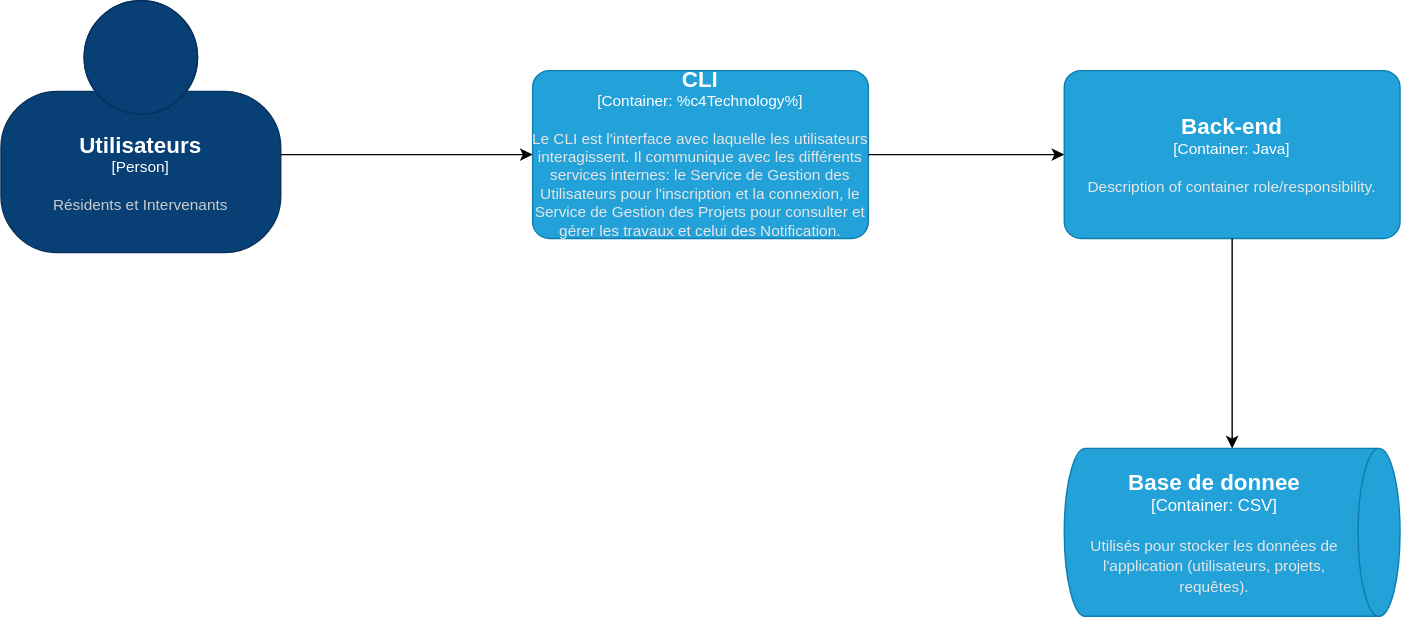
This is diagrammes/c4model_N2.drawio.svg from maximbarbe/IFT-2255-Devoir-1, a draw.io export, as it was before one commit. Source tidied: cells renumbered, new cells last; positions are measured from the earlier drawing's top-left corner, leaving out a move shared by most shapes. The source it was exported from:
```xml
<mxGraphModel>
  <root>
    <mxCell id="0" />
    <mxCell id="1" parent="0" />
    <object id="2" label="&lt;font style=&quot;font-size: 16px&quot;&gt;&lt;b&gt;%c4Name%&lt;/b&gt;&lt;/font&gt;&lt;div&gt;[%c4Type%]&lt;/div&gt;&lt;br&gt;&lt;div&gt;&lt;font style=&quot;font-size: 11px&quot;&gt;&lt;font color=&quot;#cccccc&quot;&gt;%c4Description%&lt;/font&gt;&lt;/div&gt;" c4Description="Résidents et Intervenants" c4Name="Utilisateurs" c4Type="Person" placeholders="1">
      <mxCell style="html=1;fontSize=11;dashed=0;whiteSpace=wrap;fillColor=#083F75;strokeColor=#06315C;fontColor=#ffffff;shape=mxgraph.c4.person2;align=center;points=[[0.5,0,0],[1,0.5,0],[1,0.75,0],[0.75,1,0],[0.5,1,0],[0.25,1,0],[0,0.75,0],[0,0.5,0]];" parent="1" vertex="1">
        <mxGeometry width="200" height="180" as="geometry" />
      </mxCell>
    </object>
    <object id="3" label="&lt;font style=&quot;font-size: 16px&quot;&gt;&lt;b&gt;%c4Name%&lt;/b&gt;&lt;/font&gt;&lt;div&gt;[%c4Type%: %c4Technology%]&lt;/div&gt;&lt;br&gt;&lt;div&gt;&lt;font style=&quot;font-size: 11px&quot;&gt;&lt;font color=&quot;#E6E6E6&quot;&gt;%c4Description%&lt;/font&gt;&lt;/div&gt;" c4Description="Le CLI est l'interface avec laquelle les utilisateurs interagissent. Il communique avec les différents services internes: le Service de Gestion des Utilisateurs pour l'inscription et la connexion, le Service de Gestion des Projets pour consulter et gérer les travaux et celui des Notification." c4Name="CLI" c4Type="Container" placeholders="1">
      <mxCell style="rounded=1;whiteSpace=wrap;html=1;fontSize=11;labelBackgroundColor=none;fillColor=#23A2D9;fontColor=#ffffff;align=center;arcSize=10;strokeColor=#0E7DAD;points=[[0.25,0,0],[0.5,0,0],[0.75,0,0],[1,0.25,0],[1,0.5,0],[1,0.75,0],[0.75,1,0],[0.5,1,0],[0.25,1,0],[0,0.75,0],[0,0.5,0],[0,0.25,0]];verticalAlign=top;horizontal=1;spacing=-8;" parent="1" vertex="1">
        <mxGeometry x="380" y="50" width="240" height="120" as="geometry" />
      </mxCell>
    </object>
    <object id="4" label="&lt;font style=&quot;font-size: 16px&quot;&gt;&lt;b&gt;%c4Name%&lt;/b&gt;&lt;/font&gt;&lt;div&gt;[%c4Type%: %c4Technology%]&lt;/div&gt;&lt;br&gt;&lt;div&gt;&lt;font style=&quot;font-size: 11px&quot;&gt;&lt;font color=&quot;#E6E6E6&quot;&gt;%c4Description%&lt;/font&gt;&lt;/div&gt;" c4Description="Description of container role/responsibility." c4Name="Back-end" c4Technology="Java" c4Type="Container" placeholders="1">
      <mxCell style="rounded=1;whiteSpace=wrap;html=1;fontSize=11;labelBackgroundColor=none;fillColor=#23A2D9;fontColor=#ffffff;align=center;arcSize=10;strokeColor=#0E7DAD;points=[[0.25,0,0],[0.5,0,0],[0.75,0,0],[1,0.25,0],[1,0.5,0],[1,0.75,0],[0.75,1,0],[0.5,1,0],[0.25,1,0],[0,0.75,0],[0,0.5,0],[0,0.25,0]];" parent="1" vertex="1">
        <mxGeometry x="760" y="50" width="240" height="120" as="geometry" />
      </mxCell>
    </object>
    <object id="5" label="&lt;font style=&quot;font-size: 16px&quot;&gt;&lt;b&gt;%c4Name%&lt;/b&gt;&lt;/font&gt;&lt;div&gt;[%c4Type%:&amp;nbsp;%c4Technology%]&lt;/div&gt;&lt;br&gt;&lt;div&gt;&lt;font style=&quot;font-size: 11px&quot;&gt;&lt;font color=&quot;#E6E6E6&quot;&gt;%c4Description%&lt;/font&gt;&lt;/div&gt;" c4Description=" Utilisés pour stocker les données de l'application (utilisateurs, projets, requêtes)." c4Name="Base de donnee " c4Technology="CSV" c4Type="Container" placeholders="1">
      <mxCell style="shape=cylinder3;size=15;direction=south;whiteSpace=wrap;html=1;boundedLbl=1;rounded=0;labelBackgroundColor=none;fillColor=#23A2D9;fontSize=12;fontColor=#ffffff;align=center;strokeColor=#0E7DAD;points=[[0.5,0,0],[1,0.25,0],[1,0.5,0],[1,0.75,0],[0.5,1,0],[0,0.75,0],[0,0.5,0],[0,0.25,0]];" parent="1" vertex="1">
        <mxGeometry x="760" y="320" width="240" height="120" as="geometry" />
      </mxCell>
    </object>
    <mxCell id="6" style="edgeStyle=orthogonalEdgeStyle;rounded=0;jettySize=auto;html=1;" parent="1" edge="1" source="2">
      <mxGeometry relative="1" as="geometry">
        <mxPoint x="380" y="110" as="targetPoint" />
        <Array as="points">
          <mxPoint x="380" y="110" />
        </Array>
      </mxGeometry>
    </mxCell>
    <mxCell id="7" style="edgeStyle=orthogonalEdgeStyle;rounded=0;jettySize=auto;html=1;entryX=0;entryY=0.5;entryDx=0;entryDy=0;entryPerimeter=0;" parent="1" edge="1" source="3" target="4">
      <mxGeometry relative="1" as="geometry" />
    </mxCell>
    <mxCell id="8" style="edgeStyle=orthogonalEdgeStyle;rounded=0;jettySize=auto;html=1;entryX=0;entryY=0.5;entryDx=0;entryDy=0;entryPerimeter=0;" parent="1" edge="1" source="4" target="5">
      <mxGeometry relative="1" as="geometry" />
    </mxCell>
  </root>
</mxGraphModel>
```
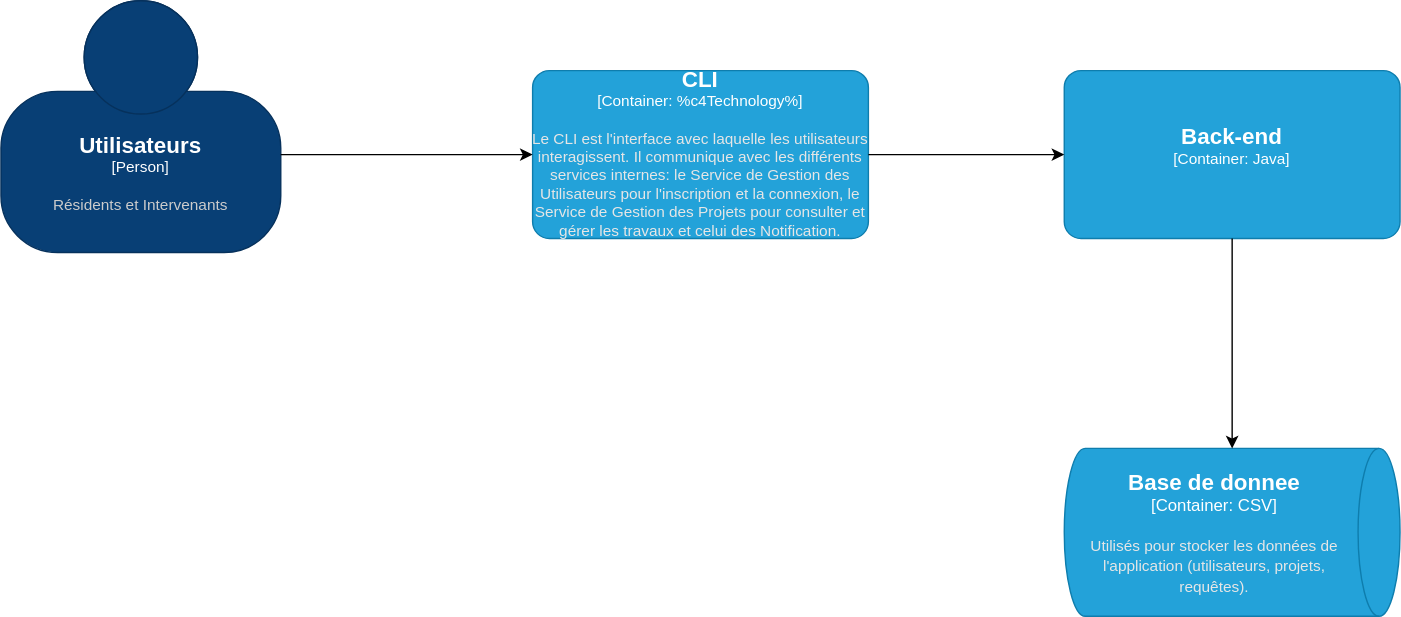
After the change.

What changed in the source:
```diff
@@ -12,7 +12,7 @@
         <mxGeometry x="380" y="50" width="240" height="120" as="geometry" />
       </mxCell>
     </object>
-    <object id="4" label="&lt;font style=&quot;font-size: 16px&quot;&gt;&lt;b&gt;%c4Name%&lt;/b&gt;&lt;/font&gt;&lt;div&gt;[%c4Type%: %c4Technology%]&lt;/div&gt;&lt;br&gt;&lt;div&gt;&lt;font style=&quot;font-size: 11px&quot;&gt;&lt;font color=&quot;#E6E6E6&quot;&gt;%c4Description%&lt;/font&gt;&lt;/div&gt;" c4Description="Description of container role/responsibility." c4Name="Back-end" c4Technology="Java" c4Type="Container" placeholders="1">
+    <object id="4" label="&lt;font style=&quot;font-size: 16px&quot;&gt;&lt;b&gt;%c4Name%&lt;/b&gt;&lt;/font&gt;&lt;div&gt;[%c4Type%: %c4Technology%]&lt;/div&gt;&lt;br&gt;&lt;div&gt;&lt;font style=&quot;font-size: 11px&quot;&gt;&lt;font color=&quot;#E6E6E6&quot;&gt;%c4Description%&lt;/font&gt;&lt;/div&gt;" c4Description="" c4Name="Back-end" c4Technology="Java" c4Type="Container" placeholders="1">
       <mxCell style="rounded=1;whiteSpace=wrap;html=1;fontSize=11;labelBackgroundColor=none;fillColor=#23A2D9;fontColor=#ffffff;align=center;arcSize=10;strokeColor=#0E7DAD;points=[[0.25,0,0],[0.5,0,0],[0.75,0,0],[1,0.25,0],[1,0.5,0],[1,0.75,0],[0.75,1,0],[0.5,1,0],[0.25,1,0],[0,0.75,0],[0,0.5,0],[0,0.25,0]];" parent="1" vertex="1">
         <mxGeometry x="760" y="50" width="240" height="120" as="geometry" />
       </mxCell>
```
